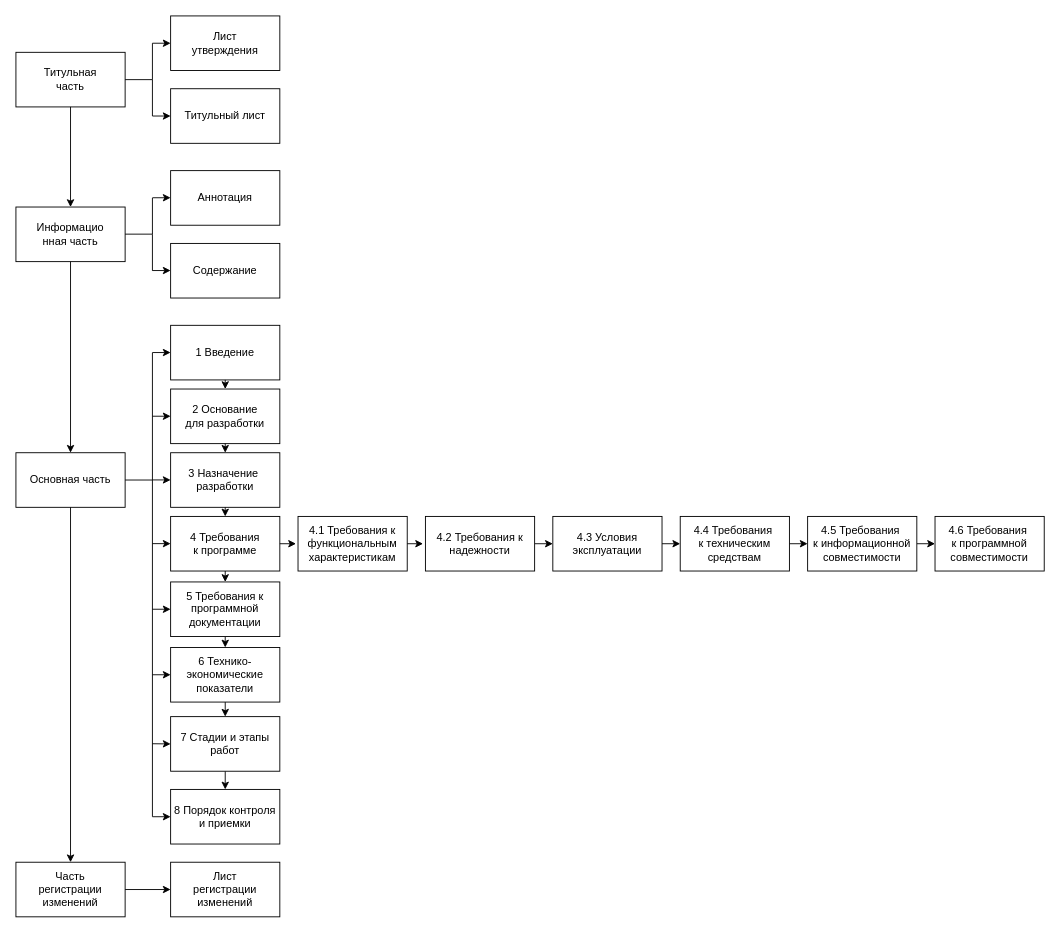
kijonne/PITPM-TESTIROVANIE-OTCHET keeps this draw.io diagram as структура.drawio. Above is the earlier version. Source tidied: cells renumbered, new cells numbered last; positions are measured from the earlier drawing's top-left corner, leaving out a move shared by most shapes. Both pictures are drawn from the tidied source at 91%, with x=0, y=0 at pixel (15, 15).
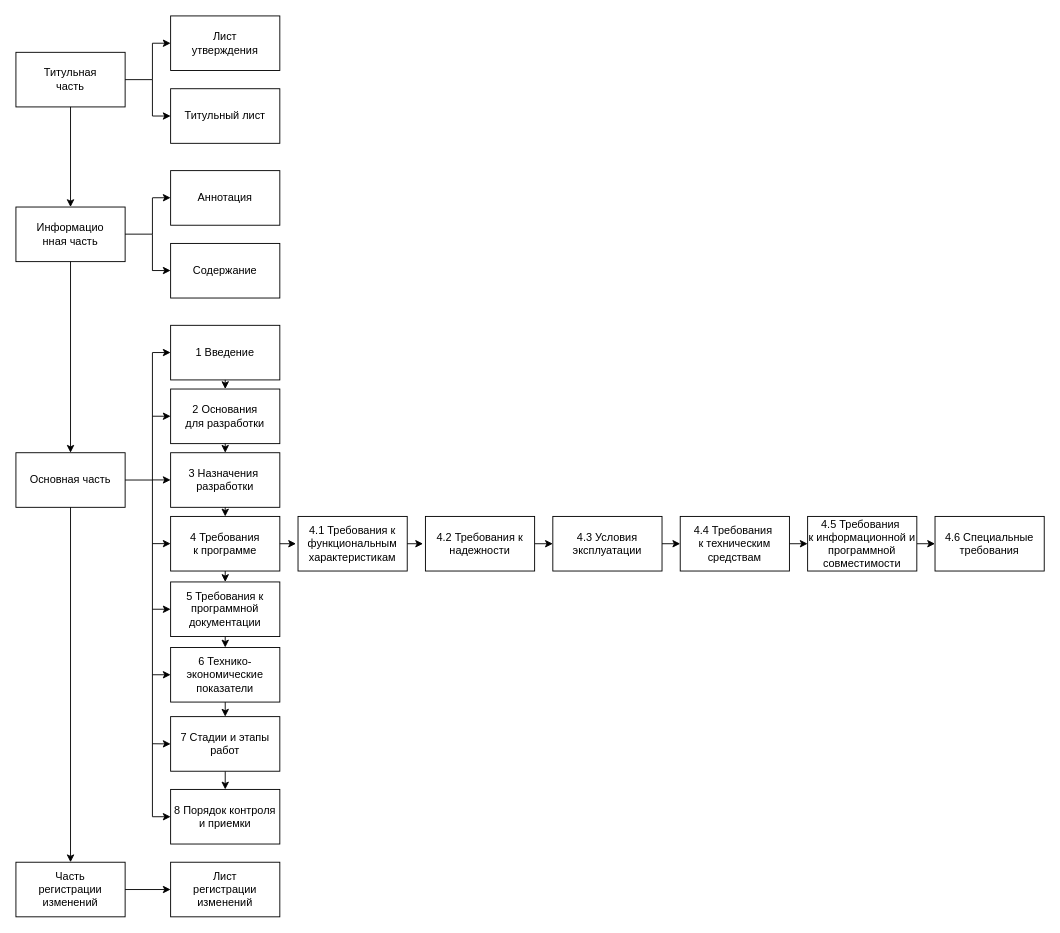
Above is the later version.

What changed in the source:
```diff
@@
-    <mxCell id="26" value="2 Основание&lt;div&gt;для разработки&lt;/div&gt;" style="rounded=0;whiteSpace=wrap;html=1;" parent="1" vertex="1">
+    <mxCell id="26" value="2 Основания&lt;div&gt;для разработки&lt;/div&gt;" style="rounded=0;whiteSpace=wrap;html=1;" parent="1" vertex="1">
       <mxGeometry x="170" y="410" width="120" height="60" as="geometry" />
     </mxCell>
-    <mxCell id="27" value="3 Назначение&amp;nbsp;&lt;div&gt;разработки&lt;/div&gt;" style="rounded=0;whiteSpace=wrap;html=1;" parent="1" vertex="1">
+    <mxCell id="27" value="3 Назначения&amp;nbsp;&lt;div&gt;разработки&lt;/div&gt;" style="rounded=0;whiteSpace=wrap;html=1;" parent="1" vertex="1">
       <mxGeometry x="170" y="480" width="120" height="60" as="geometry" />
     </mxCell>
@@
-    <mxCell id="37" value="4.5 Требования&amp;nbsp;&lt;div&gt;к&amp;nbsp;&lt;span style=&quot;background-color: initial;&quot;&gt;информационной&lt;/span&gt;&lt;/div&gt;&lt;div&gt;&lt;span style=&quot;background-color: initial;&quot;&gt;совместимости&lt;/span&gt;&lt;/div&gt;" style="rounded=0;whiteSpace=wrap;html=1;" parent="1" vertex="1">
+    <mxCell id="37" value="4.5 Требования&amp;nbsp;&lt;div&gt;к&amp;nbsp;&lt;span style=&quot;background-color: initial;&quot;&gt;информационной и программной&lt;/span&gt;&lt;/div&gt;&lt;div&gt;&lt;span style=&quot;background-color: initial;&quot;&gt;совместимости&lt;/span&gt;&lt;/div&gt;" style="rounded=0;whiteSpace=wrap;html=1;" parent="1" vertex="1">
       <mxGeometry x="870" y="550" width="120" height="60" as="geometry" />
     </mxCell>
-    <mxCell id="38" value="4.6 Требования&amp;nbsp;&lt;div&gt;к&amp;nbsp;&lt;span style=&quot;background-color: initial;&quot;&gt;программной&lt;/span&gt;&lt;/div&gt;&lt;div&gt;&lt;span style=&quot;background-color: initial;&quot;&gt;совместимости&lt;/span&gt;&lt;/div&gt;" style="rounded=0;whiteSpace=wrap;html=1;" parent="1" vertex="1">
+    <mxCell id="38" value="4.6 Специальные требования" style="rounded=0;whiteSpace=wrap;html=1;" parent="1" vertex="1">
       <mxGeometry x="1010" y="550" width="120" height="60" as="geometry" />
     </mxCell>
```
